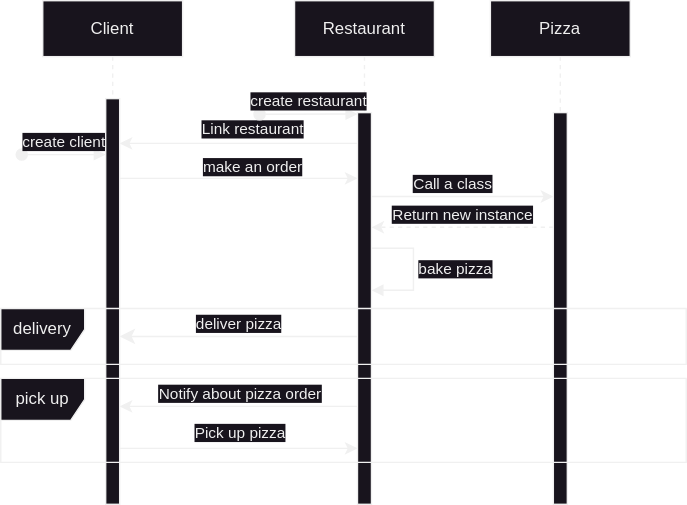
This is pictures/order_pizza_sequence.drawio.svg from pyrogn/pizza_test, a draw.io export, as it was before one commit. Source tidied: cells renumbered, new cells last; positions are measured from the earlier drawing's top-left corner, leaving out a move shared by most shapes.
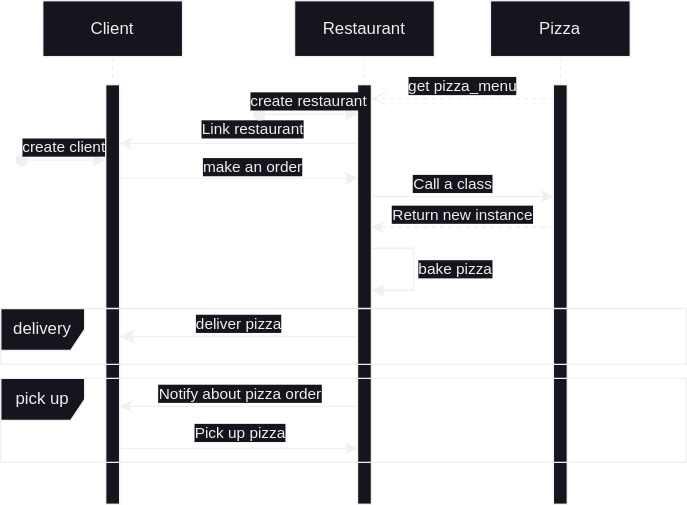
The same file after the commit.

Commit message:
Add one silly line

The edit, as a diff of the source:
```diff
@@ -6,19 +6,19 @@
       <mxGeometry x="30" width="100" height="360" as="geometry" />
     </mxCell>
     <mxCell id="3" style="html=1;points=[];perimeter=orthogonalPerimeter;outlineConnect=0;targetShapes=umlLifeline;portConstraint=eastwest;newEdgeStyle={&quot;edgeStyle&quot;:&quot;elbowEdgeStyle&quot;,&quot;elbow&quot;:&quot;vertical&quot;,&quot;curved&quot;:0,&quot;rounded&quot;:0};" parent="2" vertex="1">
-      <mxGeometry x="45" y="70" width="10" height="290" as="geometry" />
+      <mxGeometry x="45" y="60" width="10" height="300" as="geometry" />
     </mxCell>
     <mxCell id="4" value="create client" style="html=1;verticalAlign=bottom;startArrow=oval;endArrow=block;startSize=8;edgeStyle=elbowEdgeStyle;elbow=vertical;curved=0;rounded=0;" parent="2" edge="1">
       <mxGeometry relative="1" as="geometry">
-        <mxPoint x="-15" y="110" as="sourcePoint" />
-        <mxPoint x="45" y="110.2" as="targetPoint" />
+        <mxPoint x="-15" y="114" as="sourcePoint" />
+        <mxPoint x="45" y="114.2" as="targetPoint" />
       </mxGeometry>
     </mxCell>
     <mxCell id="5" value="Restaurant" style="shape=umlLifeline;perimeter=lifelinePerimeter;whiteSpace=wrap;html=1;newEdgeStyle={&quot;edgeStyle&quot;:&quot;elbowEdgeStyle&quot;,&quot;elbow&quot;:&quot;vertical&quot;,&quot;curved&quot;:0,&quot;rounded&quot;:0};" parent="1" vertex="1">
       <mxGeometry x="210" width="100" height="360" as="geometry" />
     </mxCell>
     <mxCell id="6" style="html=1;points=[];perimeter=orthogonalPerimeter;outlineConnect=0;targetShapes=umlLifeline;portConstraint=eastwest;newEdgeStyle={&quot;edgeStyle&quot;:&quot;elbowEdgeStyle&quot;,&quot;elbow&quot;:&quot;vertical&quot;,&quot;curved&quot;:0,&quot;rounded&quot;:0};" parent="5" vertex="1">
-      <mxGeometry x="45" y="80" width="10" height="280" as="geometry" />
+      <mxGeometry x="45" y="60" width="10" height="300" as="geometry" />
     </mxCell>
     <mxCell id="7" value="bake pizza" style="html=1;align=left;spacingLeft=2;endArrow=block;rounded=0;edgeStyle=orthogonalEdgeStyle;curved=0;rounded=0;" parent="5" edge="1">
       <mxGeometry relative="1" as="geometry">
@@ -41,7 +41,7 @@
       <mxGeometry x="350" width="100" height="360" as="geometry" />
     </mxCell>
     <mxCell id="10" style="html=1;perimeter=orthogonalPerimeter;targetShapes=umlLifeline;newEdgeStyle={&quot;edgeStyle&quot;:&quot;elbowEdgeStyle&quot;,&quot;elbow&quot;:&quot;vertical&quot;,&quot;curved&quot;:0,&quot;rounded&quot;:0};" parent="9" vertex="1">
-      <mxGeometry x="45" y="80" width="10" height="280" as="geometry" />
+      <mxGeometry x="45" y="60" width="10" height="300" as="geometry" />
     </mxCell>
     <mxCell id="11" style="endArrow=classic;html=1;rounded=0;verticalAlign=bottom;" parent="1" edge="1">
       <mxGeometry relative="1" as="geometry">
@@ -111,5 +111,11 @@
         <mxPoint x="255" y="81" as="targetPoint" />
       </mxGeometry>
     </mxCell>
+    <mxCell id="25" value="get pizza_menu" style="html=1;verticalAlign=bottom;endArrow=open;dashed=1;endSize=8;edgeStyle=elbowEdgeStyle;elbow=vertical;curved=0;rounded=0;" parent="1" edge="1">
+      <mxGeometry relative="1" as="geometry">
+        <mxPoint x="395" y="70" as="sourcePoint" />
+        <mxPoint x="265" y="70" as="targetPoint" />
+      </mxGeometry>
+    </mxCell>
   </root>
 </mxGraphModel>
```
